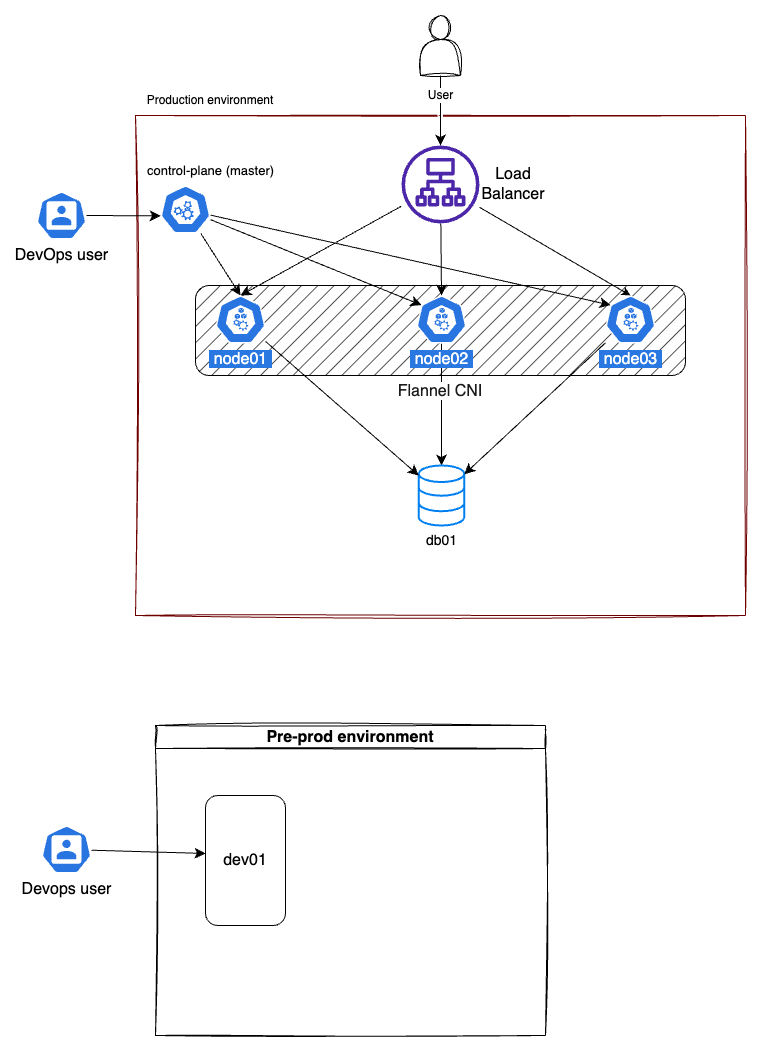
This is Devops-practice-chatty.png from Abu-Zakaria/devops-practice-chatty-infra, a draw.io export, as it was before one commit. Source tidied: cells renumbered, new cells last; positions are measured from the earlier drawing's top-left corner, leaving out a move shared by most shapes.
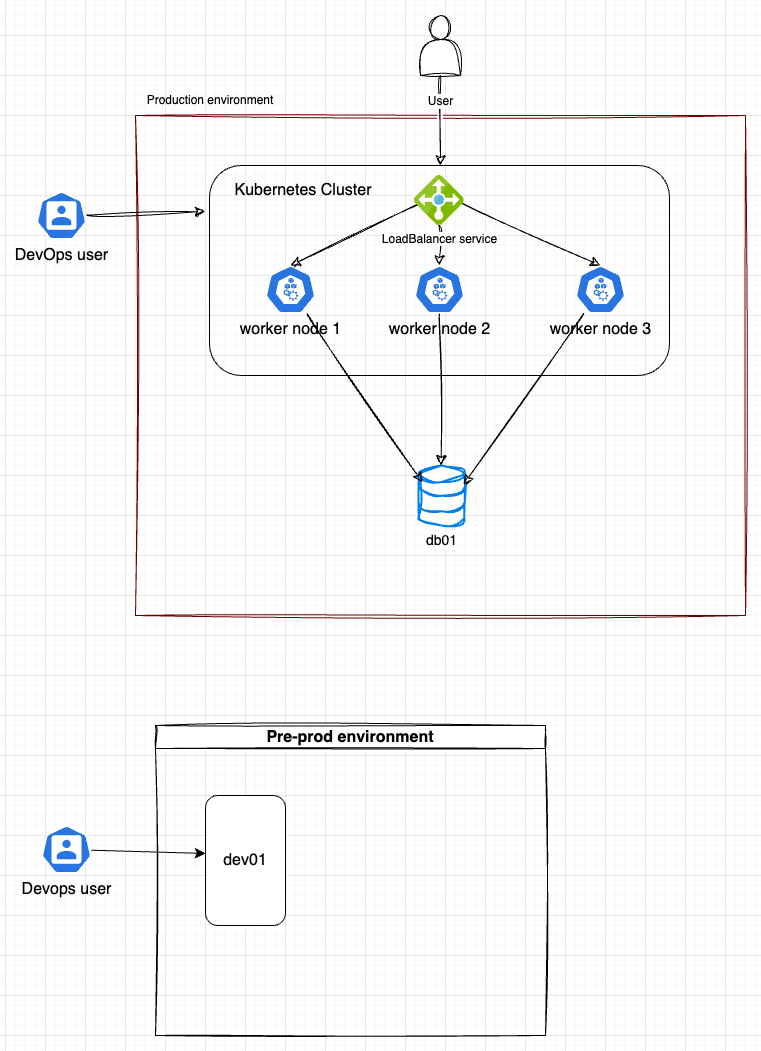
Later version of the same file.

Diff of the diagram source:
```diff
@@ -2,73 +2,84 @@
   <root>
     <mxCell id="0" />
     <mxCell id="1" parent="0" />
-    <mxCell id="2" value="a" style="swimlane;startSize=0;fillColor=#a20025;fontColor=#ffffff;strokeColor=#6F0000;rounded=0;swimlaneLine=0;glass=0;sketch=1;curveFitting=1;jiggle=2;shadow=0;" parent="1" vertex="1">
+    <mxCell id="2" value="a" style="swimlane;startSize=0;fillColor=default;fontColor=#ffffff;strokeColor=#6F0000;rounded=0;swimlaneLine=0;glass=0;sketch=1;curveFitting=1;jiggle=2;shadow=0;swimlaneFillColor=none;" parent="1" vertex="1">
       <mxGeometry x="99" y="100" width="610" height="500" as="geometry" />
     </mxCell>
-    <mxCell id="3" style="edgeStyle=none;curved=1;rounded=0;jettySize=auto;html=1;fontSize=12;startSize=8;endSize=8;" parent="2" edge="1" source="15" target="5">
-      <mxGeometry relative="1" as="geometry" />
-    </mxCell>
-    <mxCell id="4" value="&lt;font color=&quot;#1a1a1a&quot; style=&quot;background-color: rgb(255, 255, 255);&quot;&gt;Flannel CNI&lt;/font&gt;" style="rounded=1;whiteSpace=wrap;html=1;fontSize=16;backgroundOutline=0;glass=0;fillStyle=hatch;gradientColor=none;fillColor=#1A1A1A;shadow=0;align=center;horizontal=1;verticalAlign=top;labelPosition=center;verticalLabelPosition=bottom;" parent="2" vertex="1">
-      <mxGeometry x="60" y="170" width="490" height="90" as="geometry" />
-    </mxCell>
-    <mxCell id="5" value="&lt;font style=&quot;font-size: 14px;&quot;&gt;db01&lt;/font&gt;" style="html=1;align=center;fontSize=12;image=img/lib/mscae/Database_General.svg;rounded=0;verticalLabelPosition=bottom;labelBackgroundColor=#ffffff;verticalAlign=top;strokeWidth=2;strokeColor=#0080F0;shadow=0;dashed=0;shape=mxgraph.ios7.icons.data;" parent="2" vertex="1">
+    <mxCell id="5" value="&lt;font style=&quot;font-size: 14px;&quot;&gt;db01&lt;/font&gt;" style="html=1;align=center;fontSize=12;image=img/lib/mscae/Database_General.svg;rounded=0;verticalLabelPosition=bottom;labelBackgroundColor=#ffffff;verticalAlign=top;strokeWidth=2;strokeColor=#0080F0;shadow=0;dashed=0;shape=mxgraph.ios7.icons.data;sketch=1;curveFitting=1;jiggle=2;" parent="2" vertex="1">
       <mxGeometry x="283.2" y="350" width="45.6" height="60" as="geometry" />
     </mxCell>
-    <mxCell id="6" style="edgeStyle=none;curved=1;rounded=0;jettySize=auto;html=1;entryX=0.5;entryY=0;entryDx=0;entryDy=0;entryPerimeter=0;fontSize=12;startSize=8;endSize=8;" parent="2" edge="1" source="9" target="20">
-      <mxGeometry relative="1" as="geometry" />
+    <mxCell id="6" style="edgeStyle=none;curved=1;rounded=0;orthogonalLoop=1;jettySize=auto;html=1;entryX=0.5;entryY=0;entryDx=0;entryDy=0;entryPerimeter=0;fontSize=12;startSize=8;endSize=8;sketch=1;curveFitting=1;jiggle=2;" parent="2" edge="1">
+      <mxGeometry relative="1" as="geometry">
+        <mxPoint x="266" y="90.6" as="sourcePoint" />
+      </mxGeometry>
     </mxCell>
-    <mxCell id="7" style="edgeStyle=none;curved=1;rounded=0;jettySize=auto;html=1;entryX=0.5;entryY=0;entryDx=0;entryDy=0;entryPerimeter=0;fontSize=12;targetPerimeterSpacing=0;shadow=0;startArrow=none;startFill=0;" parent="2" edge="1" source="9" target="17">
-      <mxGeometry relative="1" as="geometry" />
-    </mxCell>
-    <mxCell id="8" style="edgeStyle=none;curved=1;rounded=0;jettySize=auto;html=1;entryX=0.5;entryY=0;entryDx=0;entryDy=0;entryPerimeter=0;fontSize=12;startSize=8;endSize=8;" parent="2" edge="1" source="9" target="15">
-      <mxGeometry relative="1" as="geometry" />
+    <mxCell id="8" style="edgeStyle=none;curved=1;rounded=0;orthogonalLoop=1;jettySize=auto;html=1;entryX=0.5;entryY=0;entryDx=0;entryDy=0;entryPerimeter=0;fontSize=12;startSize=8;endSize=8;sketch=1;curveFitting=1;jiggle=2;" parent="2" edge="1">
+      <mxGeometry relative="1" as="geometry">
+        <mxPoint x="305.4" y="108" as="sourcePoint" />
+      </mxGeometry>
     </mxCell>
-    <mxCell id="9" style="outlineConnect=0;fontColor=#232F3E;gradientColor=none;fillColor=#4D27AA;strokeColor=none;dashed=0;verticalLabelPosition=bottom;verticalAlign=top;align=center;html=1;fontSize=12;fontStyle=0;shape=mxgraph.aws4.application_load_balancer;rounded=0;" parent="2" vertex="1">
-      <mxGeometry x="266" y="30" width="78" height="78" as="geometry" />
-    </mxCell>
-    <mxCell id="10" style="edgeStyle=none;curved=1;rounded=0;jettySize=auto;html=1;entryX=0.5;entryY=0;entryDx=0;entryDy=0;entryPerimeter=0;fontSize=12;startSize=8;endSize=8;" parent="2" edge="1" source="13" target="20">
-      <mxGeometry relative="1" as="geometry" />
-    </mxCell>
-    <mxCell id="11" style="edgeStyle=none;curved=1;rounded=0;jettySize=auto;html=1;entryX=0.1;entryY=0.2;entryDx=0;entryDy=0;entryPerimeter=0;fontSize=12;startSize=8;endSize=8;" parent="2" edge="1" source="13" target="15">
-      <mxGeometry relative="1" as="geometry" />
+    <mxCell id="11" style="edgeStyle=none;curved=1;rounded=0;orthogonalLoop=1;jettySize=auto;html=1;entryX=0.1;entryY=0.2;entryDx=0;entryDy=0;entryPerimeter=0;fontSize=12;startSize=8;endSize=8;sketch=1;curveFitting=1;jiggle=2;" parent="2" edge="1">
+      <mxGeometry relative="1" as="geometry">
+        <mxPoint x="75" y="104.1" as="sourcePoint" />
+      </mxGeometry>
     </mxCell>
-    <mxCell id="12" style="edgeStyle=none;curved=1;rounded=0;jettySize=auto;html=1;entryX=0.1;entryY=0.2;entryDx=0;entryDy=0;entryPerimeter=0;fontSize=12;startSize=8;endSize=8;" parent="2" edge="1" source="13" target="17">
-      <mxGeometry relative="1" as="geometry" />
+    <mxCell id="12" style="edgeStyle=none;curved=1;rounded=0;orthogonalLoop=1;jettySize=auto;html=1;entryX=0.1;entryY=0.2;entryDx=0;entryDy=0;entryPerimeter=0;fontSize=12;startSize=8;endSize=8;sketch=1;curveFitting=1;jiggle=2;" parent="2" edge="1">
+      <mxGeometry relative="1" as="geometry">
+        <mxPoint x="75" y="99.6" as="sourcePoint" />
+      </mxGeometry>
     </mxCell>
-    <mxCell id="13" style="html=1;dashed=0;whitespace=wrap;fillColor=#2875E2;strokeColor=#ffffff;points=[[0.005,0.63,0],[0.1,0.2,0],[0.9,0.2,0],[0.5,0,0],[0.995,0.63,0],[0.72,0.99,0],[0.5,1,0],[0.28,0.99,0]];verticalLabelPosition=bottom;align=center;verticalAlign=top;shape=mxgraph.kubernetes.icon;prIcon=master;fontSize=16;rounded=0;" parent="2" vertex="1">
-      <mxGeometry x="25" y="70" width="50" height="48" as="geometry" />
-    </mxCell>
-    <mxCell id="14" style="edgeStyle=none;curved=1;rounded=0;jettySize=auto;html=1;fontSize=12;startSize=8;endSize=8;" parent="2" edge="1" source="20" target="5">
-      <mxGeometry relative="1" as="geometry" />
-    </mxCell>
-    <mxCell id="15" value="&lt;span style=&quot;background-color: rgb(41, 120, 226);&quot;&gt;&lt;font color=&quot;#ffffff&quot;&gt;&amp;nbsp;node02&amp;nbsp;&lt;/font&gt;&lt;/span&gt;" style="html=1;dashed=0;whitespace=wrap;fillColor=#2875E2;strokeColor=#ffffff;points=[[0.005,0.63,0],[0.1,0.2,0],[0.9,0.2,0],[0.5,0,0],[0.995,0.63,0],[0.72,0.99,0],[0.5,1,0],[0.28,0.99,0]];verticalLabelPosition=bottom;align=center;verticalAlign=top;shape=mxgraph.kubernetes.icon;prIcon=node;fontSize=16;rounded=0;" parent="2" vertex="1">
-      <mxGeometry x="281" y="180" width="50" height="48" as="geometry" />
-    </mxCell>
-    <mxCell id="16" style="edgeStyle=none;curved=1;rounded=0;jettySize=auto;html=1;fontSize=12;startSize=8;endSize=8;" parent="2" edge="1" source="17" target="5">
-      <mxGeometry relative="1" as="geometry" />
-    </mxCell>
-    <mxCell id="17" value="&lt;font style=&quot;background-color: rgb(41, 120, 226);&quot; color=&quot;#ffffff&quot;&gt;&amp;nbsp;node03&amp;nbsp;&lt;/font&gt;" style="html=1;dashed=0;whitespace=wrap;fillColor=#2875E2;strokeColor=#ffffff;points=[[0.005,0.63,0],[0.1,0.2,0],[0.9,0.2,0],[0.5,0,0],[0.995,0.63,0],[0.72,0.99,0],[0.5,1,0],[0.28,0.99,0]];verticalLabelPosition=bottom;align=center;verticalAlign=top;shape=mxgraph.kubernetes.icon;prIcon=node;fontSize=16;rounded=0;" parent="2" vertex="1">
-      <mxGeometry x="470" y="180" width="50" height="48" as="geometry" />
-    </mxCell>
-    <mxCell id="18" value="control-plane (master)" style="text;html=1;align=center;verticalAlign=middle;strokeColor=none;fillColor=none;fontSize=13;rounded=0;" parent="2" vertex="1">
-      <mxGeometry y="40" width="150" height="30" as="geometry" />
-    </mxCell>
-    <mxCell id="19" value="Load Balancer" style="text;strokeColor=none;fillColor=none;html=1;align=center;verticalAlign=middle;whiteSpace=wrap;rounded=0;fontSize=16;" parent="2" vertex="1">
-      <mxGeometry x="336" y="54" width="84" height="30" as="geometry" />
-    </mxCell>
-    <mxCell id="20" value="&lt;font style=&quot;background-color: rgb(41, 120, 226);&quot; color=&quot;#ffffff&quot;&gt;&amp;nbsp;node01&amp;nbsp;&lt;/font&gt;" style="html=1;dashed=0;whitespace=wrap;fillColor=#2875E2;strokeColor=#ffffff;points=[[0.005,0.63,0],[0.1,0.2,0],[0.9,0.2,0],[0.5,0,0],[0.995,0.63,0],[0.72,0.99,0],[0.5,1,0],[0.28,0.99,0]];verticalLabelPosition=bottom;align=center;verticalAlign=top;shape=mxgraph.kubernetes.icon;prIcon=node;fontSize=16;rounded=0;" parent="2" vertex="1">
-      <mxGeometry x="80" y="180" width="50" height="48" as="geometry" />
-    </mxCell>
+    <mxCell id="30" style="rounded=1;whiteSpace=wrap;html=1;fontSize=16;fillColor=none;" parent="2" vertex="1">
+      <mxGeometry x="74" y="50" width="460" height="210" as="geometry" />
+    </mxCell>
+    <mxCell id="31" style="edgeStyle=none;curved=1;rounded=0;jettySize=auto;html=1;fontSize=12;startSize=8;endSize=8;sketch=1;curveFitting=1;jiggle=2;" parent="2" edge="1" source="32" target="5">
+      <mxGeometry relative="1" as="geometry" />
+    </mxCell>
+    <mxCell id="32" value="worker node 2" style="sketch=0;html=1;dashed=0;whitespace=wrap;fillColor=#2875E2;strokeColor=#ffffff;points=[[0.005,0.63,0],[0.1,0.2,0],[0.9,0.2,0],[0.5,0,0],[0.995,0.63,0],[0.72,0.99,0],[0.5,1,0],[0.28,0.99,0]];verticalLabelPosition=bottom;align=center;verticalAlign=top;shape=mxgraph.kubernetes.icon;prIcon=node;fontSize=16;" parent="2" vertex="1">
+      <mxGeometry x="279" y="150" width="50" height="48" as="geometry" />
+    </mxCell>
+    <mxCell id="33" style="edgeStyle=none;curved=1;rounded=0;jettySize=auto;html=1;entryX=0.083;entryY=0.283;entryDx=0;entryDy=0;entryPerimeter=0;fontSize=12;startSize=8;endSize=8;sketch=1;curveFitting=1;jiggle=2;" parent="2" edge="1" source="34" target="5">
+      <mxGeometry relative="1" as="geometry" />
+    </mxCell>
+    <mxCell id="34" value="worker node 1" style="sketch=0;html=1;dashed=0;whitespace=wrap;fillColor=#2875E2;strokeColor=#ffffff;points=[[0.005,0.63,0],[0.1,0.2,0],[0.9,0.2,0],[0.5,0,0],[0.995,0.63,0],[0.72,0.99,0],[0.5,1,0],[0.28,0.99,0]];verticalLabelPosition=bottom;align=center;verticalAlign=top;shape=mxgraph.kubernetes.icon;prIcon=node;fontSize=16;" parent="2" vertex="1">
+      <mxGeometry x="130" y="150" width="50" height="48" as="geometry" />
+    </mxCell>
+    <mxCell id="35" style="edgeStyle=none;curved=1;rounded=0;jettySize=auto;html=1;entryX=0.982;entryY=0.317;entryDx=0;entryDy=0;entryPerimeter=0;fontSize=12;startSize=8;endSize=8;sketch=1;curveFitting=1;jiggle=2;" parent="2" edge="1" source="36" target="5">
+      <mxGeometry relative="1" as="geometry" />
+    </mxCell>
+    <mxCell id="36" value="worker node 3" style="sketch=0;html=1;dashed=0;whitespace=wrap;fillColor=#2875E2;strokeColor=#ffffff;points=[[0.005,0.63,0],[0.1,0.2,0],[0.9,0.2,0],[0.5,0,0],[0.995,0.63,0],[0.72,0.99,0],[0.5,1,0],[0.28,0.99,0]];verticalLabelPosition=bottom;align=center;verticalAlign=top;shape=mxgraph.kubernetes.icon;prIcon=node;fontSize=16;" parent="2" vertex="1">
+      <mxGeometry x="440" y="150" width="50" height="48" as="geometry" />
+    </mxCell>
+    <mxCell id="37" style="edgeStyle=none;curved=1;rounded=0;jettySize=auto;html=1;entryX=0.5;entryY=0;entryDx=0;entryDy=0;entryPerimeter=0;fontSize=12;startSize=8;endSize=8;sketch=1;curveFitting=1;jiggle=2;" parent="2" edge="1" target="34">
+      <mxGeometry relative="1" as="geometry">
+        <mxPoint x="284" y="88.1" as="sourcePoint" />
+      </mxGeometry>
+    </mxCell>
+    <mxCell id="38" style="edgeStyle=none;curved=1;rounded=0;jettySize=auto;html=1;entryX=0.5;entryY=0;entryDx=0;entryDy=0;entryPerimeter=0;fontSize=12;startSize=8;endSize=8;sketch=1;curveFitting=1;jiggle=2;" parent="2" edge="1" target="36">
+      <mxGeometry relative="1" as="geometry">
+        <mxPoint x="326" y="87.5" as="sourcePoint" />
+      </mxGeometry>
+    </mxCell>
+    <mxCell id="39" value="Kubernetes Cluster" style="text;html=1;strokeColor=none;fillColor=none;align=center;verticalAlign=middle;whiteSpace=wrap;rounded=0;fontSize=16;" parent="2" vertex="1">
+      <mxGeometry x="70" y="60" width="196" height="30" as="geometry" />
+    </mxCell>
+    <mxCell id="40" style="edgeStyle=none;curved=1;rounded=0;jettySize=auto;html=1;entryX=0.5;entryY=0;entryDx=0;entryDy=0;entryPerimeter=0;fontSize=12;startSize=8;endSize=8;sketch=1;curveFitting=1;jiggle=2;" parent="2" edge="1" source="41" target="32">
+      <mxGeometry relative="1" as="geometry" />
+    </mxCell>
+    <mxCell id="41" value="LoadBalancer service" style="image;sketch=0;html=1;points=[];align=center;fontSize=12;image=img/lib/mscae/Load_Balancer_feature.svg;" parent="2" vertex="1">
+      <mxGeometry x="278.8" y="60" width="50" height="50" as="geometry" />
+    </mxCell>
     <mxCell id="21" value="Production environment" style="text;html=1;strokeColor=none;fillColor=none;align=center;verticalAlign=middle;whiteSpace=wrap;rounded=0;" parent="1" vertex="1">
       <mxGeometry x="99" y="70" width="150" height="30" as="geometry" />
     </mxCell>
-    <mxCell id="22" value="User" style="edgeStyle=none;curved=1;rounded=0;jettySize=auto;html=1;fontSize=12;startSize=8;endSize=8;" parent="1" edge="1" source="23" target="9">
-      <mxGeometry x="-0.43" relative="1" as="geometry" />
+    <mxCell id="22" value="User" style="edgeStyle=none;curved=1;rounded=0;jettySize=auto;html=1;fontSize=12;startSize=8;endSize=8;sketch=1;curveFitting=1;jiggle=2;" parent="1" edge="1" source="23">
+      <mxGeometry x="-0.43" relative="1" as="geometry">
+        <mxPoint x="404" y="150" as="targetPoint" />
+      </mxGeometry>
     </mxCell>
     <mxCell id="23" style="shape=actor;whiteSpace=wrap;html=1;fontSize=16;rounded=0;strokeColor=default;sketch=1;curveFitting=1;jiggle=2;" parent="1" vertex="1">
       <mxGeometry x="384" width="40" height="60" as="geometry" />
     </mxCell>
-    <mxCell id="24" style="edgeStyle=none;curved=1;rounded=0;jettySize=auto;html=1;entryX=0.005;entryY=0.63;entryDx=0;entryDy=0;entryPerimeter=0;fontSize=12;startSize=8;endSize=8;" parent="1" edge="1" source="25" target="13">
+    <mxCell id="24" style="edgeStyle=none;curved=1;rounded=0;jettySize=auto;html=1;entryX=-0.009;entryY=0.219;entryDx=0;entryDy=0;entryPerimeter=0;fontSize=12;startSize=8;endSize=8;strokeColor=default;sketch=1;curveFitting=1;jiggle=2;" parent="1" edge="1" source="25" target="30">
       <mxGeometry relative="1" as="geometry" />
     </mxCell>
     <mxCell id="25" value="DevOps user" style="sketch=0;html=1;dashed=0;whitespace=wrap;fillColor=#2875E2;strokeColor=#ffffff;points=[[0.005,0.63,0],[0.1,0.2,0],[0.9,0.2,0],[0.5,0,0],[0.995,0.63,0],[0.72,0.99,0],[0.5,1,0],[0.28,0.99,0]];verticalLabelPosition=bottom;align=center;verticalAlign=top;shape=mxgraph.kubernetes.icon;prIcon=user;fontSize=16;" parent="1" vertex="1">
```
